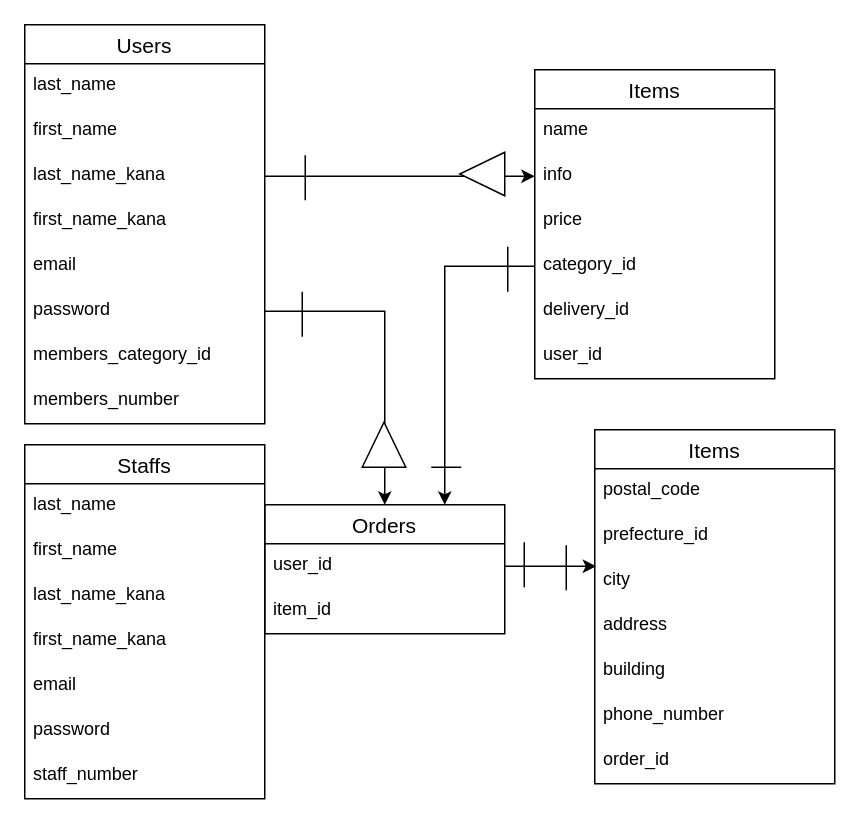
Above: E-R.dio in Tomohiro-Kawakami-techcamp/original-33039 (draw.io), before the change. Source tidied: cells renumbered, new cells numbered last; positions are measured from the earlier drawing's top-left corner, leaving out a move shared by most shapes. Both pictures are drawn from the tidied source at 150%, with x=0, y=0 at pixel (24, 24).
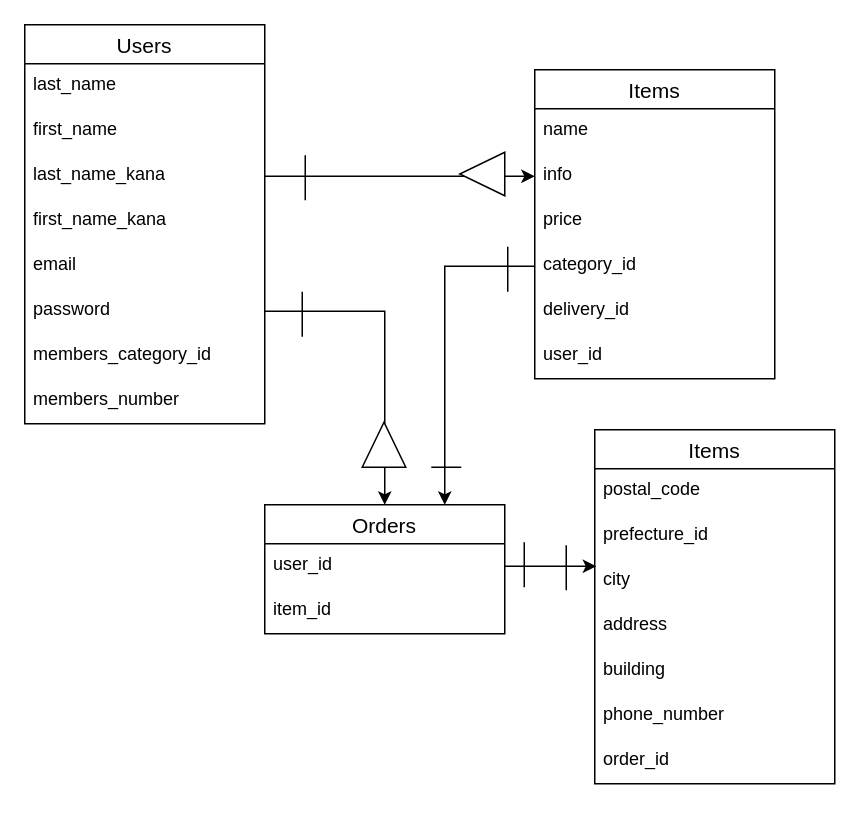
After the change.

What changed in the source:
```diff
@@
-    <mxCell id="41" value="Staffs" style="swimlane;fontStyle=0;horizontal=1;startSize=26;align=center;fontSize=14;" parent="1" vertex="1">
-      <mxGeometry y="280" width="160" height="236" as="geometry" />
-    </mxCell>
-    <mxCell id="42" value="last_name" style="text;strokeColor=none;fillColor=none;spacingLeft=4;spacingRight=4;overflow=hidden;fontSize=12;" parent="41" vertex="1">
-      <mxGeometry y="26" width="160" height="30" as="geometry" />
-    </mxCell>
-    <mxCell id="43" value="first_name" style="text;strokeColor=none;fillColor=none;spacingLeft=4;spacingRight=4;overflow=hidden;fontSize=12;" parent="41" vertex="1">
-      <mxGeometry y="56" width="160" height="30" as="geometry" />
-    </mxCell>
-    <mxCell id="44" value="last_name_kana" style="text;strokeColor=none;fillColor=none;spacingLeft=4;spacingRight=4;overflow=hidden;fontSize=12;" parent="41" vertex="1">
-      <mxGeometry y="86" width="160" height="30" as="geometry" />
-    </mxCell>
-    <mxCell id="45" value="first_name_kana" style="text;strokeColor=none;fillColor=none;spacingLeft=4;spacingRight=4;overflow=hidden;fontSize=12;" parent="41" vertex="1">
-      <mxGeometry y="116" width="160" height="30" as="geometry" />
-    </mxCell>
-    <mxCell id="46" value="email" style="text;strokeColor=none;fillColor=none;spacingLeft=4;spacingRight=4;overflow=hidden;fontSize=12;" parent="41" vertex="1">
-      <mxGeometry y="146" width="160" height="30" as="geometry" />
-    </mxCell>
-    <mxCell id="47" value="password" style="text;strokeColor=none;fillColor=none;spacingLeft=4;spacingRight=4;overflow=hidden;fontSize=12;" parent="41" vertex="1">
-      <mxGeometry y="176" width="160" height="30" as="geometry" />
-    </mxCell>
-    <mxCell id="48" value="staff_number" style="text;strokeColor=none;fillColor=none;spacingLeft=4;spacingRight=4;overflow=hidden;fontSize=12;" parent="41" vertex="1">
-      <mxGeometry y="206" width="160" height="30" as="geometry" />
-    </mxCell>
```
